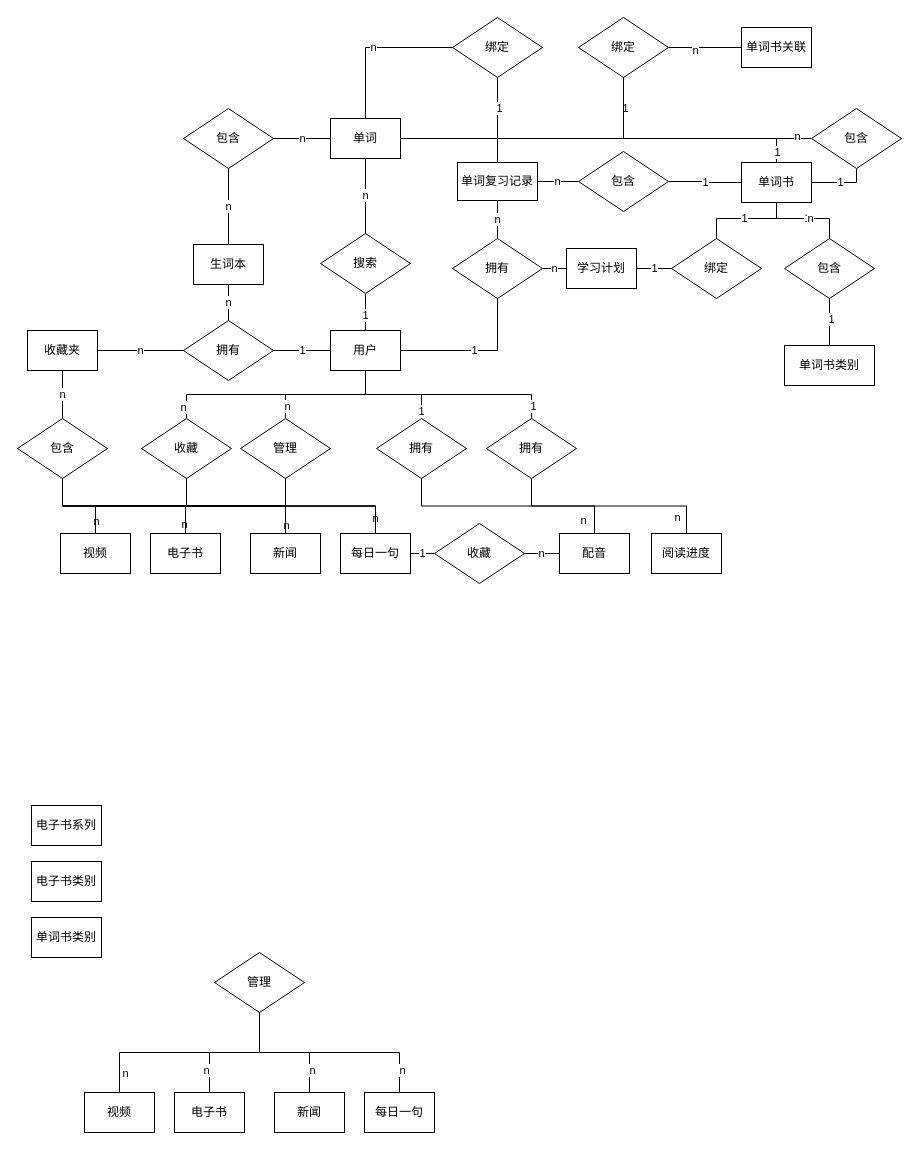
This is 数据库ER图.drawio from 6Yolo6/GraduationDesign, a draw.io file, before an edit. Source tidied: cells renumbered, new cells numbered last; positions are measured from the earlier drawing's top-left corner, leaving out a move shared by most shapes. Both pictures are drawn from the tidied source at 100%, with x=0, y=0 at pixel (17, 17).
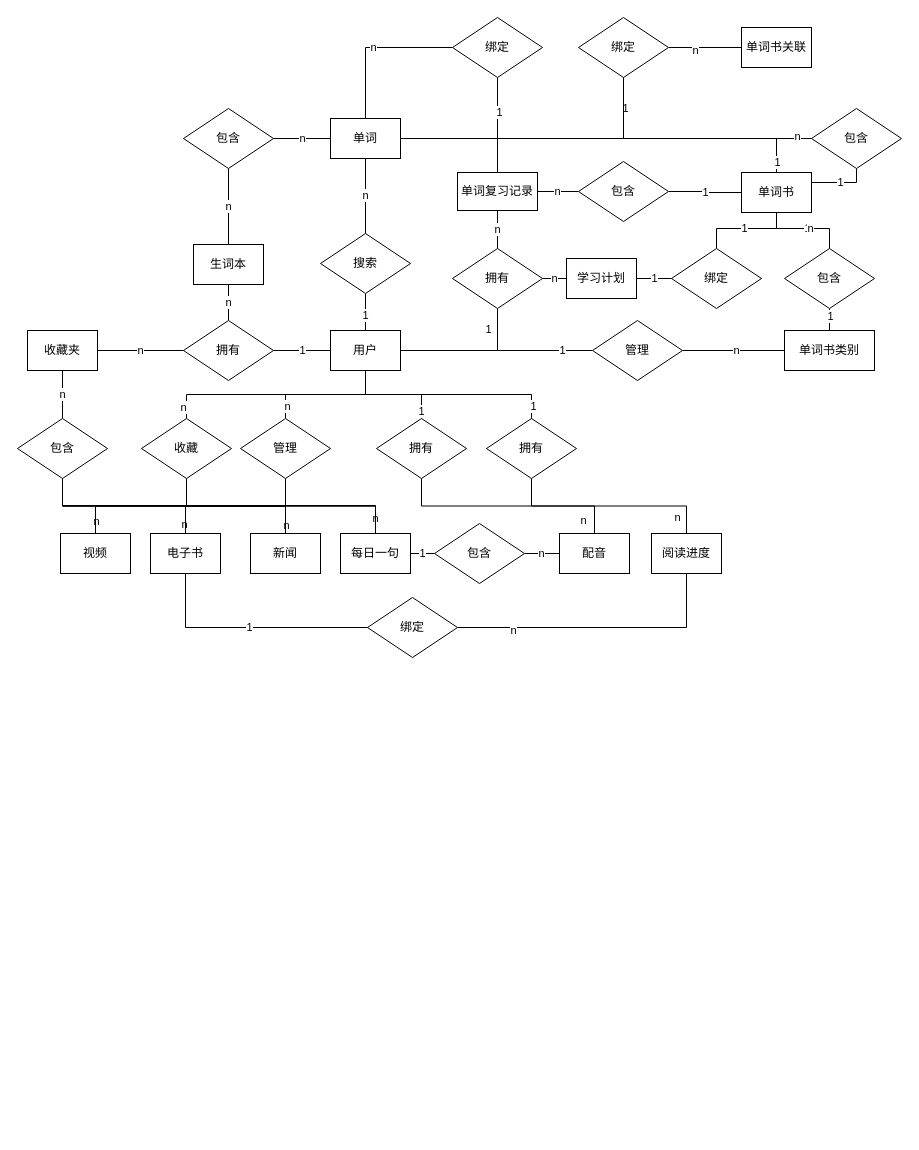
The same page after the edit.

Commit message (it also covers changes not shown here):
更新数据库ER图.drawio

The change refers to these unchanged cells:
```xml
<mxCell id="9" value="用户" style="whiteSpace=wrap;html=1;align=center;" parent="1" vertex="1">
  <mxGeometry x="313" y="313" width="70" height="40" as="geometry" />
</mxCell>
<mxCell id="11" value="电子书" style="whiteSpace=wrap;html=1;align=center;" parent="1" vertex="1">
  <mxGeometry x="133" y="516" width="70" height="40" as="geometry" />
</mxCell>
<mxCell id="13" value="每日一句" style="whiteSpace=wrap;html=1;align=center;" parent="1" vertex="1">
  <mxGeometry x="323" y="516" width="70" height="40" as="geometry" />
</mxCell>
<mxCell id="83" style="edgeStyle=orthogonalEdgeStyle;rounded=0;jettySize=auto;html=1;exitX=0.5;exitY=1;exitDx=0;exitDy=0;endArrow=none;endFill=0;" parent="1" edge="1" source="85" target="79">
  <mxGeometry relative="1" as="geometry" />
</mxCell>
<mxCell id="97" value="包含" style="shape=rhombus;perimeter=rhombusPerimeter;whiteSpace=wrap;html=1;align=center;" parent="1" vertex="1">
  <mxGeometry y="401" width="90" height="60" as="geometry" />
</mxCell>
<mxCell id="98" value="阅读进度" style="whiteSpace=wrap;html=1;align=center;" parent="1" vertex="1">
  <mxGeometry x="634" y="516" width="70" height="40" as="geometry" />
</mxCell>
```

What changed in the source:
```diff
@@
-    <mxCell id="14" style="edgeStyle=orthogonalEdgeStyle;rounded=0;jettySize=auto;html=1;exitX=0.5;exitY=1;exitDx=0;exitDy=0;entryX=0.5;entryY=0;entryDx=0;entryDy=0;endArrow=none;endFill=0;" parent="1" edge="1" source="22" target="23">
-      <mxGeometry relative="1" as="geometry" />
-    </mxCell>
-    <mxCell id="15" value="n" style="edgeLabel;html=1;align=center;verticalAlign=middle;" parent="14" vertex="1">
-      <mxGeometry x="0.37" y="1" relative="1" as="geometry">
-        <mxPoint x="-24" y="19" as="offset" />
-      </mxGeometry>
-    </mxCell>
-    <mxCell id="16" style="edgeStyle=orthogonalEdgeStyle;rounded=0;jettySize=auto;html=1;exitX=0.5;exitY=1;exitDx=0;exitDy=0;entryX=0.5;entryY=0;entryDx=0;entryDy=0;endArrow=none;endFill=0;" parent="1" edge="1" source="22" target="24">
-      <mxGeometry relative="1" as="geometry" />
-    </mxCell>
-    <mxCell id="17" value="n" style="edgeLabel;html=1;align=center;verticalAlign=middle;" parent="16" vertex="1">
-      <mxGeometry x="0.64" y="-4" relative="1" as="geometry" />
-    </mxCell>
-    <mxCell id="18" style="edgeStyle=orthogonalEdgeStyle;rounded=0;jettySize=auto;html=1;exitX=0.5;exitY=1;exitDx=0;exitDy=0;entryX=0.5;entryY=0;entryDx=0;entryDy=0;endArrow=none;endFill=0;" parent="1" edge="1" source="22" target="25">
-      <mxGeometry relative="1" as="geometry" />
-    </mxCell>
-    <mxCell id="19" value="n" style="edgeLabel;html=1;align=center;verticalAlign=middle;" parent="18" vertex="1">
-      <mxGeometry x="0.64" y="2" relative="1" as="geometry" />
-    </mxCell>
-    <mxCell id="20" style="edgeStyle=orthogonalEdgeStyle;rounded=0;jettySize=auto;html=1;exitX=0.5;exitY=1;exitDx=0;exitDy=0;entryX=0.5;entryY=0;entryDx=0;entryDy=0;endArrow=none;endFill=0;" parent="1" edge="1" source="22" target="26">
-      <mxGeometry relative="1" as="geometry" />
-    </mxCell>
-    <mxCell id="21" value="n" style="edgeLabel;html=1;align=center;verticalAlign=middle;" parent="20" vertex="1">
-      <mxGeometry x="0.79" y="2" relative="1" as="geometry" />
-    </mxCell>
-    <mxCell id="22" value="管理" style="shape=rhombus;perimeter=rhombusPerimeter;whiteSpace=wrap;html=1;align=center;" parent="1" vertex="1">
-      <mxGeometry x="197" y="935" width="90" height="60" as="geometry" />
-    </mxCell>
-    <mxCell id="23" value="视频" style="whiteSpace=wrap;html=1;align=center;" parent="1" vertex="1">
-      <mxGeometry x="67" y="1075" width="70" height="40" as="geometry" />
-    </mxCell>
-    <mxCell id="24" value="电子书" style="whiteSpace=wrap;html=1;align=center;" parent="1" vertex="1">
-      <mxGeometry x="157" y="1075" width="70" height="40" as="geometry" />
-    </mxCell>
-    <mxCell id="25" value="新闻" style="whiteSpace=wrap;html=1;align=center;" parent="1" vertex="1">
-      <mxGeometry x="257" y="1075" width="70" height="40" as="geometry" />
-    </mxCell>
-    <mxCell id="26" value="每日一句" style="whiteSpace=wrap;html=1;align=center;" parent="1" vertex="1">
-      <mxGeometry x="347" y="1075" width="70" height="40" as="geometry" />
-    </mxCell>
@@
-    <mxCell id="33" value="电子书类别" style="whiteSpace=wrap;html=1;align=center;" parent="1" vertex="1">
-      <mxGeometry x="14" y="844" width="70" height="40" as="geometry" />
-    </mxCell>
-    <mxCell id="34" value="单词书类别" style="whiteSpace=wrap;html=1;align=center;" parent="1" vertex="1">
-      <mxGeometry x="14" y="900" width="70" height="40" as="geometry" />
-    </mxCell>
     <mxCell id="35" value="单词书" style="whiteSpace=wrap;html=1;align=center;" parent="1" vertex="1">
-      <mxGeometry x="724" y="145" width="70" height="40" as="geometry" />
+      <mxGeometry x="724" y="155" width="70" height="40" as="geometry" />
     </mxCell>
     <mxCell id="36" value="学习计划" style="whiteSpace=wrap;html=1;align=center;" parent="1" vertex="1">
-      <mxGeometry x="549" y="231" width="70" height="40" as="geometry" />
+      <mxGeometry x="549" y="241" width="70" height="40" as="geometry" />
     </mxCell>
     <mxCell id="37" value="单词复习记录" style="whiteSpace=wrap;html=1;align=center;" parent="1" vertex="1">
-      <mxGeometry x="440" y="145" width="80" height="38" as="geometry" />
+      <mxGeometry x="440" y="155" width="80" height="38" as="geometry" />
     </mxCell>
@@
-    <mxCell id="40" value="电子书系列" style="whiteSpace=wrap;html=1;align=center;" parent="1" vertex="1">
-      <mxGeometry x="14" y="788" width="70" height="40" as="geometry" />
-    </mxCell>
@@
     <mxCell id="54" value="包含" style="shape=rhombus;perimeter=rhombusPerimeter;whiteSpace=wrap;html=1;align=center;" parent="1" vertex="1">
-      <mxGeometry x="561" y="134" width="90" height="60" as="geometry" />
+      <mxGeometry x="561" y="144" width="90" height="60" as="geometry" />
     </mxCell>
@@
     <mxCell id="60" value="1" style="edgeStyle=orthogonalEdgeStyle;rounded=0;jettySize=auto;html=1;exitX=0.5;exitY=1;exitDx=0;exitDy=0;entryX=1;entryY=0.5;entryDx=0;entryDy=0;endArrow=none;endFill=0;" parent="1" edge="1" source="61" target="9">
-      <mxGeometry relative="1" as="geometry" />
+      <mxGeometry x="-0.7" y="-9" relative="1" as="geometry" />
     </mxCell>
     <mxCell id="61" value="拥有" style="shape=rhombus;perimeter=rhombusPerimeter;whiteSpace=wrap;html=1;align=center;" parent="1" vertex="1">
-      <mxGeometry x="435" y="221" width="90" height="60" as="geometry" />
+      <mxGeometry x="435" y="231" width="90" height="60" as="geometry" />
     </mxCell>
@@
     <mxCell id="71" value="绑定" style="shape=rhombus;perimeter=rhombusPerimeter;whiteSpace=wrap;html=1;align=center;" parent="1" vertex="1">
-      <mxGeometry x="654" y="221" width="90" height="60" as="geometry" />
+      <mxGeometry x="654" y="231" width="90" height="60" as="geometry" />
     </mxCell>
@@
     <mxCell id="79" value="单词书类别" style="rounded=0;whiteSpace=wrap;html=1;" parent="1" vertex="1">
-      <mxGeometry x="767" y="328" width="90" height="40" as="geometry" />
+      <mxGeometry x="767" y="313" width="90" height="40" as="geometry" />
     </mxCell>
@@
     <mxCell id="84" value="1" style="edgeLabel;html=1;align=center;verticalAlign=middle;" parent="83" vertex="1">
-      <mxGeometry x="-0.14" y="1" relative="1" as="geometry" />
+      <mxGeometry x="-0.14" y="1" relative="1" as="geometry">
+        <mxPoint x="1" y="-8" as="offset" />
+      </mxGeometry>
     </mxCell>
     <mxCell id="85" value="包含" style="shape=rhombus;perimeter=rhombusPerimeter;whiteSpace=wrap;html=1;align=center;" parent="1" vertex="1">
-      <mxGeometry x="767" y="221" width="90" height="60" as="geometry" />
+      <mxGeometry x="767" y="231" width="90" height="60" as="geometry" />
     </mxCell>
@@
-    <mxCell id="91" value="收藏" style="shape=rhombus;perimeter=rhombusPerimeter;whiteSpace=wrap;html=1;align=center;" parent="1" vertex="1">
+    <mxCell id="91" value="包含" style="shape=rhombus;perimeter=rhombusPerimeter;whiteSpace=wrap;html=1;align=center;" parent="1" vertex="1">
       <mxGeometry x="417" y="506" width="90" height="60" as="geometry" />
     </mxCell>
@@
     <mxCell id="96" style="edgeStyle=orthogonalEdgeStyle;rounded=0;jettySize=auto;html=1;entryX=0.5;entryY=0;entryDx=0;entryDy=0;endArrow=none;endFill=0;exitX=0.5;exitY=1;exitDx=0;exitDy=0;" parent="1" edge="1" source="97" target="13">
-      <mxGeometry relative="1" as="geometry" />
+      <mxGeometry relative="1" as="geometry">
+        <Array as="points">
+          <mxPoint x="45" y="488" />
+          <mxPoint x="358" y="488" />
+        </Array>
+      </mxGeometry>
     </mxCell>
@@
+    <mxCell id="109" style="edgeStyle=orthogonalEdgeStyle;rounded=0;jettySize=auto;html=1;entryX=0.5;entryY=1;entryDx=0;entryDy=0;endArrow=none;endFill=0;" parent="1" edge="1" source="112" target="98">
+      <mxGeometry relative="1" as="geometry" />
+    </mxCell>
+    <mxCell id="110" value="n" style="edgeLabel;html=1;align=center;verticalAlign=middle;" parent="109" vertex="1">
+      <mxGeometry x="-0.61" y="-2" relative="1" as="geometry" />
+    </mxCell>
+    <mxCell id="111" value="1" style="edgeStyle=orthogonalEdgeStyle;rounded=0;jettySize=auto;html=1;exitX=0;exitY=0.5;exitDx=0;exitDy=0;entryX=0.5;entryY=1;entryDx=0;entryDy=0;endArrow=none;endFill=0;" parent="1" edge="1" source="112" target="11">
+      <mxGeometry relative="1" as="geometry" />
+    </mxCell>
+    <mxCell id="112" value="绑定" style="shape=rhombus;perimeter=rhombusPerimeter;whiteSpace=wrap;html=1;align=center;" parent="1" vertex="1">
+      <mxGeometry x="350" y="580" width="90" height="60" as="geometry" />
+    </mxCell>
+    <mxCell id="113" style="edgeStyle=orthogonalEdgeStyle;rounded=0;jettySize=auto;html=1;endArrow=none;endFill=0;" parent="1" edge="1" source="22" target="79">
+      <mxGeometry relative="1" as="geometry" />
+    </mxCell>
+    <mxCell id="114" value="n" style="edgeLabel;html=1;align=center;verticalAlign=middle;" parent="113" vertex="1">
+      <mxGeometry x="0.04" y="1" relative="1" as="geometry" />
+    </mxCell>
+    <mxCell id="115" style="edgeStyle=orthogonalEdgeStyle;rounded=0;jettySize=auto;html=1;endArrow=none;endFill=0;" parent="1" edge="1" source="22" target="9">
+      <mxGeometry relative="1" as="geometry" />
+    </mxCell>
+    <mxCell id="116" value="1" style="edgeLabel;html=1;align=center;verticalAlign=middle;" parent="115" vertex="1">
+      <mxGeometry x="-0.68" y="-1" relative="1" as="geometry" />
+    </mxCell>
+    <mxCell id="22" value="管理" style="shape=rhombus;perimeter=rhombusPerimeter;whiteSpace=wrap;html=1;align=center;" parent="1" vertex="1">
+      <mxGeometry x="575" y="303" width="90" height="60" as="geometry" />
+    </mxCell>
```
